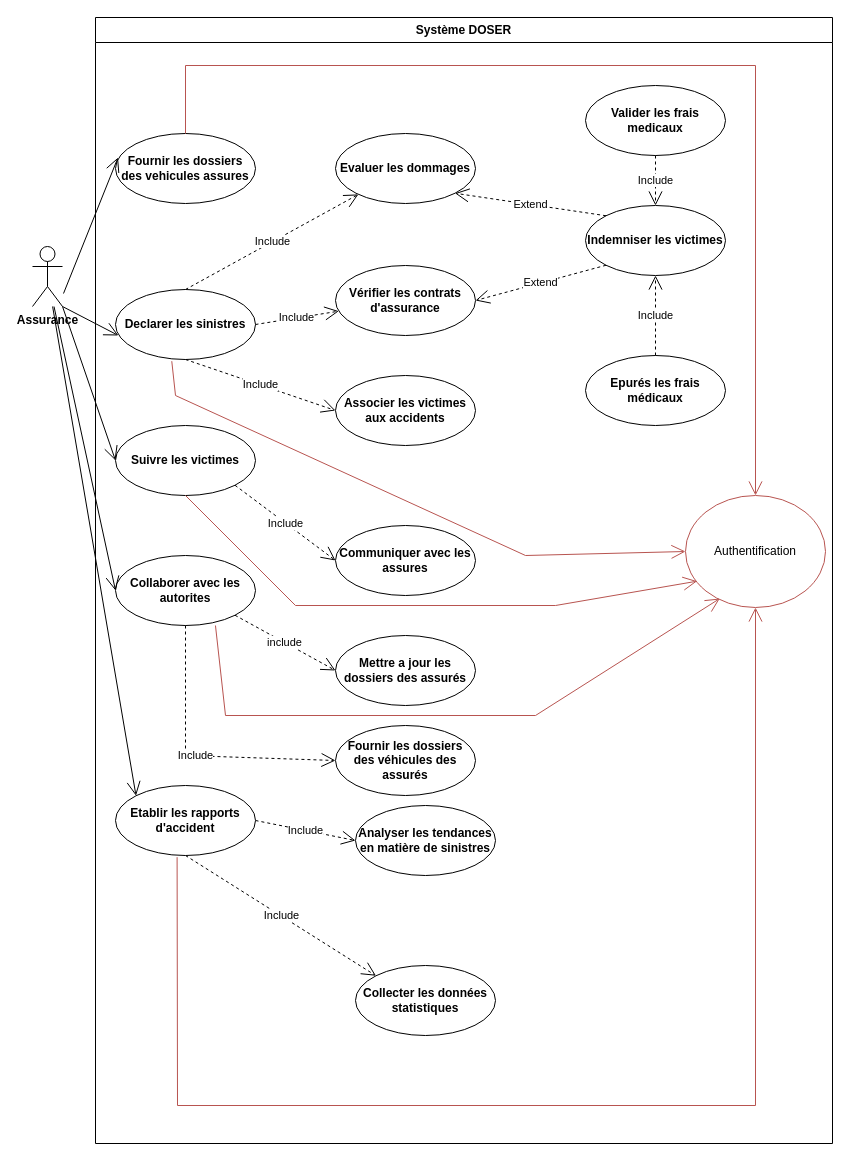
Earlier version of the draw.io diagram Diagramme sans nom.drawio (Junior-Kuate/DataAccess). Source tidied: cells renumbered, new cells numbered last; positions are measured from the earlier drawing's top-left corner, leaving out a move shared by most shapes. Both pictures are drawn from the tidied source at 100%, with x=0, y=0 at pixel (32, 17).
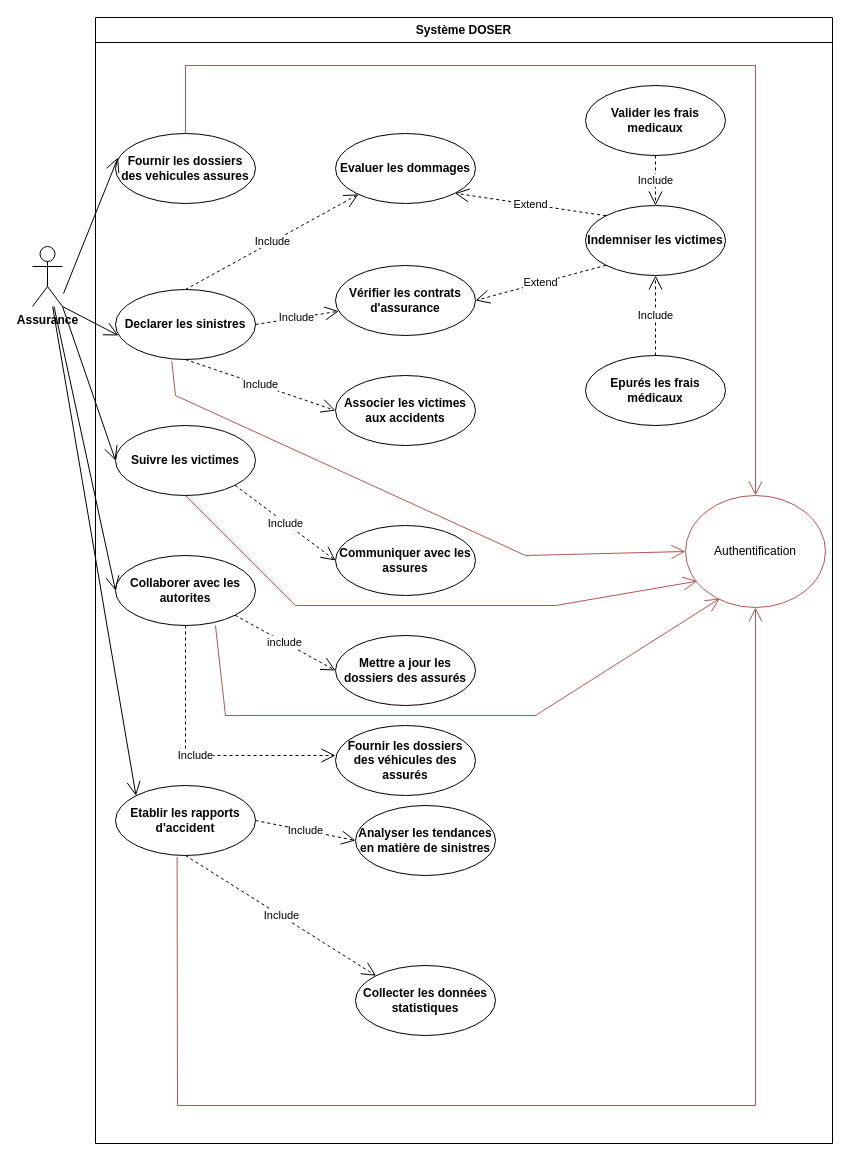
After the change.

Commit message (it also covers changes not shown here):
Diagramme cas d'utilisation Assurance.drawio

Unchanged cells that the change refers to:
```xml
<mxCell id="3" value="Système DOSER" style="swimlane;whiteSpace=wrap;html=1;startSize=25;" parent="1" vertex="1">
  <mxGeometry x="63" width="737" height="1126" as="geometry" />
</mxCell>
<mxCell id="9" value="&lt;b&gt;Fournir les dossiers des véhicules des assur&lt;/b&gt;&lt;b&gt;é&lt;/b&gt;&lt;b&gt;s&lt;/b&gt;" style="ellipse;whiteSpace=wrap;html=1;" parent="3" vertex="1">
  <mxGeometry x="240" y="708" width="140" height="70" as="geometry" />
</mxCell>
<mxCell id="20" value="&lt;b&gt;Collaborer avec les autorites&lt;/b&gt;" style="ellipse;whiteSpace=wrap;html=1;" parent="3" vertex="1">
  <mxGeometry x="20" y="538" width="140" height="70" as="geometry" />
</mxCell>
```

What changed in the source:
```diff
@@
-    <mxCell id="24" value="Include" style="endArrow=open;endSize=12;dashed=1;html=1;rounded=0;exitX=0.5;exitY=1;exitDx=0;exitDy=0;entryX=0;entryY=0.5;entryDx=0;entryDy=0;" parent="3" edge="1" source="20" target="9">
+    <mxCell id="24" value="Include" style="endArrow=open;endSize=12;dashed=1;html=1;rounded=0;exitX=0.5;exitY=1;exitDx=0;exitDy=0;" parent="3" edge="1" source="20">
       <mxGeometry relative="1" as="geometry">
+        <mxPoint x="240" y="738" as="targetPoint" />
         <Array as="points">
           <mxPoint x="90" y="738" />
         </Array>
       </mxGeometry>
     </mxCell>
```
